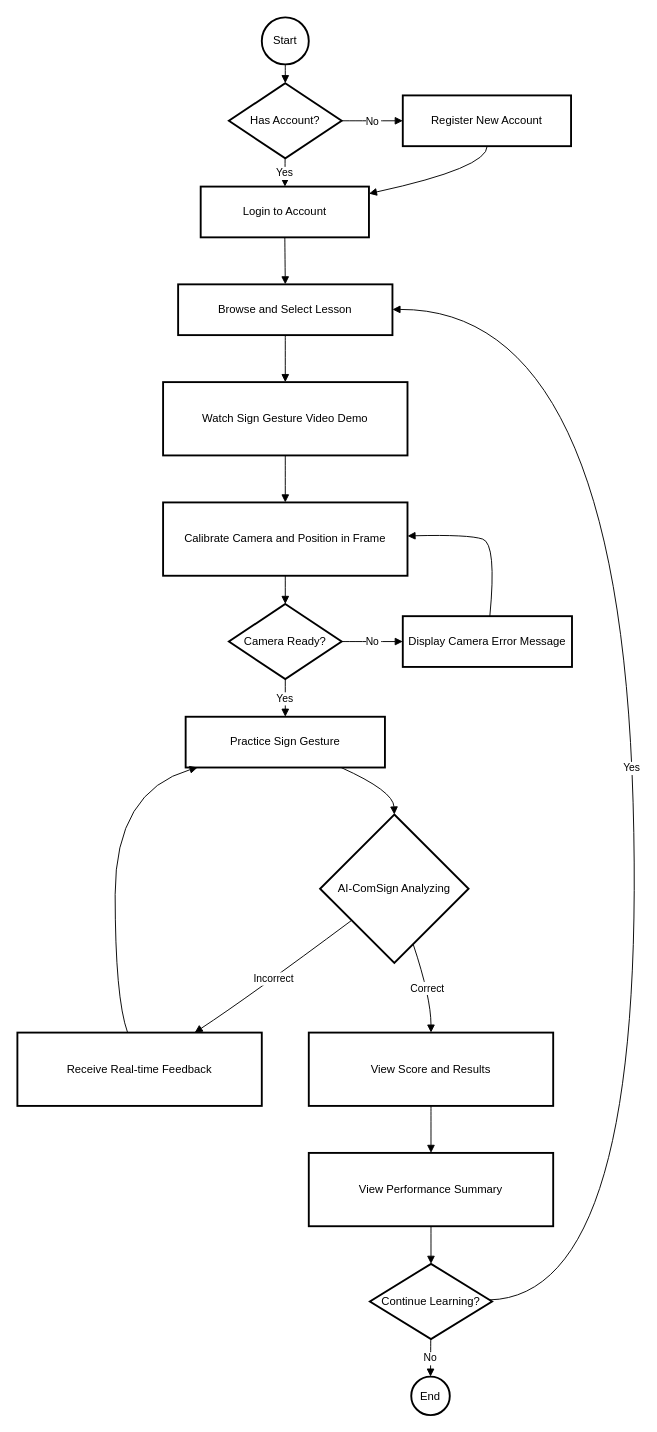
The draw.io diagram docs/UserMainFlow.drawio in CtrlConquerors/AI-ComSign, before the edit. Source tidied: cells renumbered, new cells numbered last; positions are measured from the earlier drawing's top-left corner, leaving out a move shared by most shapes. Both pictures are drawn from the tidied source at 94%, with x=0, y=0 at pixel (17, 17).
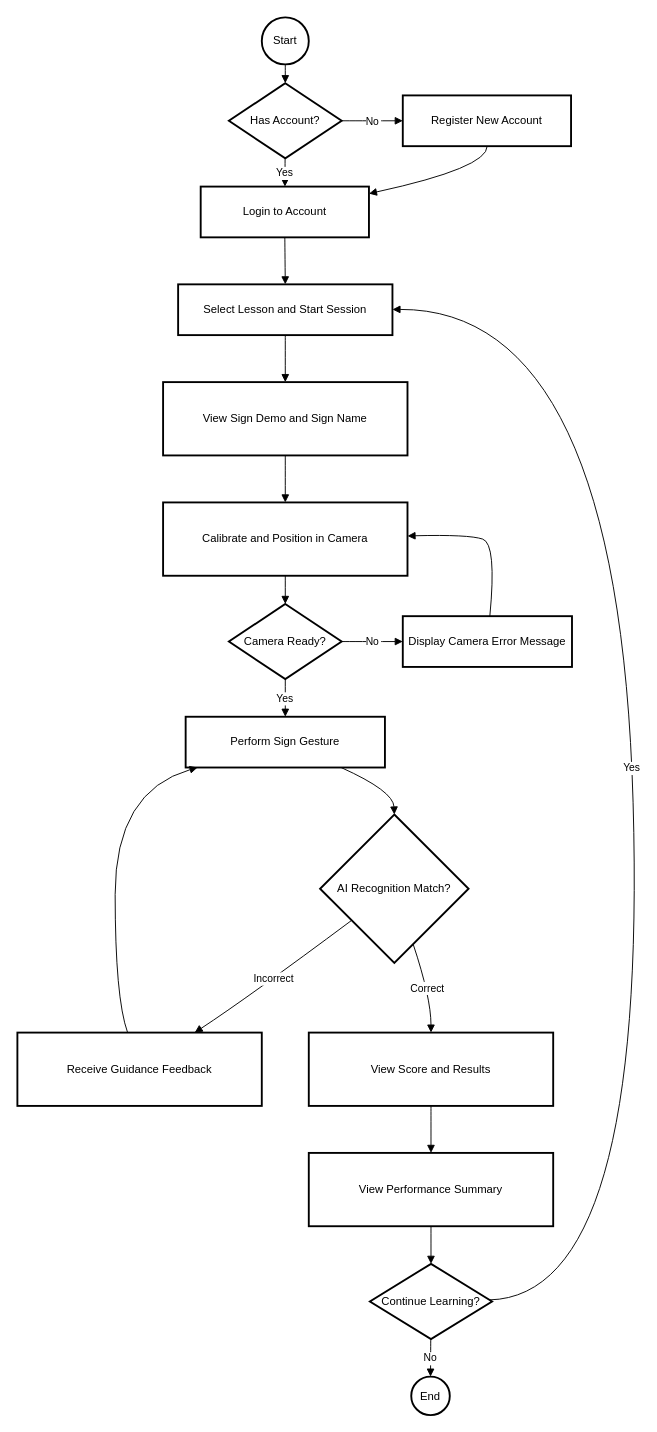
The same diagram, later.

Change to the diagram source:
```diff
@@
-    <mxCell id="10" value="Browse and Select Lesson" style="whiteSpace=wrap;strokeWidth=2;" parent="1" vertex="1">
+    <mxCell id="10" value="Select Lesson and Start Session" style="whiteSpace=wrap;strokeWidth=2;" parent="1" vertex="1">
       <mxGeometry x="171" y="284" width="228" height="54" as="geometry" />
     </mxCell>
-    <mxCell id="11" value="Watch Sign Gesture Video Demo" style="whiteSpace=wrap;strokeWidth=2;" parent="1" vertex="1">
+    <mxCell id="11" value="View Sign Demo and Sign Name" style="whiteSpace=wrap;strokeWidth=2;" parent="1" vertex="1">
       <mxGeometry x="155" y="388" width="260" height="78" as="geometry" />
     </mxCell>
-    <mxCell id="12" value="Calibrate Camera and Position in Frame" style="whiteSpace=wrap;strokeWidth=2;" parent="1" vertex="1">
+    <mxCell id="12" value="Calibrate and Position in Camera" style="whiteSpace=wrap;strokeWidth=2;" parent="1" vertex="1">
       <mxGeometry x="155" y="516" width="260" height="78" as="geometry" />
     </mxCell>
@@
-    <mxCell id="18" value="Practice Sign Gesture" style="whiteSpace=wrap;strokeWidth=2;" parent="1" vertex="1">
+    <mxCell id="18" value="Perform Sign Gesture" style="whiteSpace=wrap;strokeWidth=2;" parent="1" vertex="1">
       <mxGeometry x="179" y="744" width="212" height="54" as="geometry" />
     </mxCell>
@@
-    <mxCell id="20" value="AI-ComSign Analyzing" style="rhombus;strokeWidth=2;whiteSpace=wrap;" parent="1" vertex="1">
+    <mxCell id="20" value="AI Recognition Match?" style="rhombus;strokeWidth=2;whiteSpace=wrap;" parent="1" vertex="1">
       <mxGeometry x="322" y="848" width="158" height="158" as="geometry" />
     </mxCell>
-    <mxCell id="21" value="Receive Real-time Feedback" style="whiteSpace=wrap;strokeWidth=2;" parent="1" vertex="1">
+    <mxCell id="21" value="Receive Guidance Feedback" style="whiteSpace=wrap;strokeWidth=2;" parent="1" vertex="1">
       <mxGeometry y="1080" width="260" height="78" as="geometry" />
     </mxCell>
```
